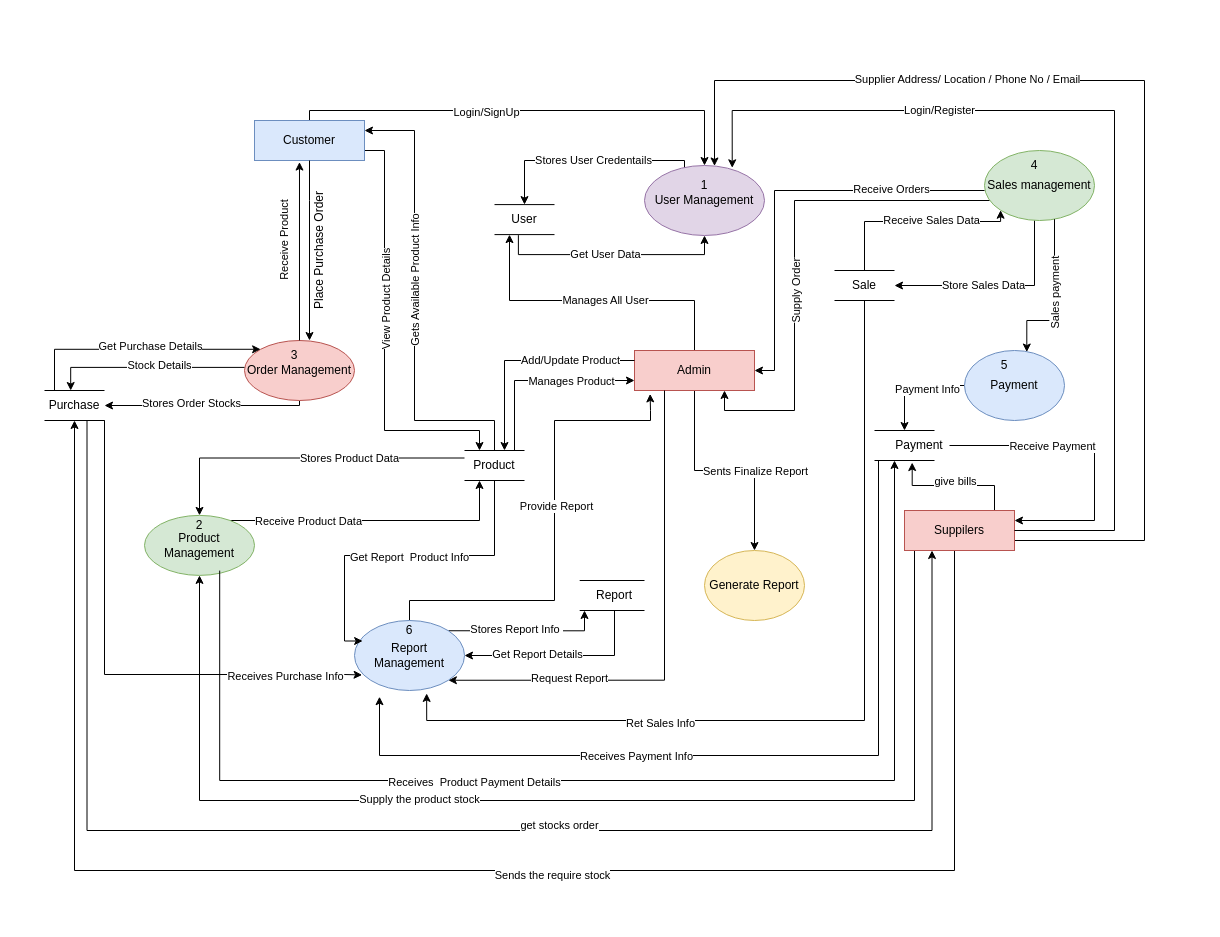
This is hELLO.drawio from pawal-karki/DRAW.IO, a draw.io file, before an edit. Source tidied: cells renumbered, new cells numbered last; positions are measured from the earlier drawing's top-left corner, leaving out a move shared by most shapes. Both pictures are drawn from the tidied source at 100%, with x=0, y=0 at pixel (44, 80).
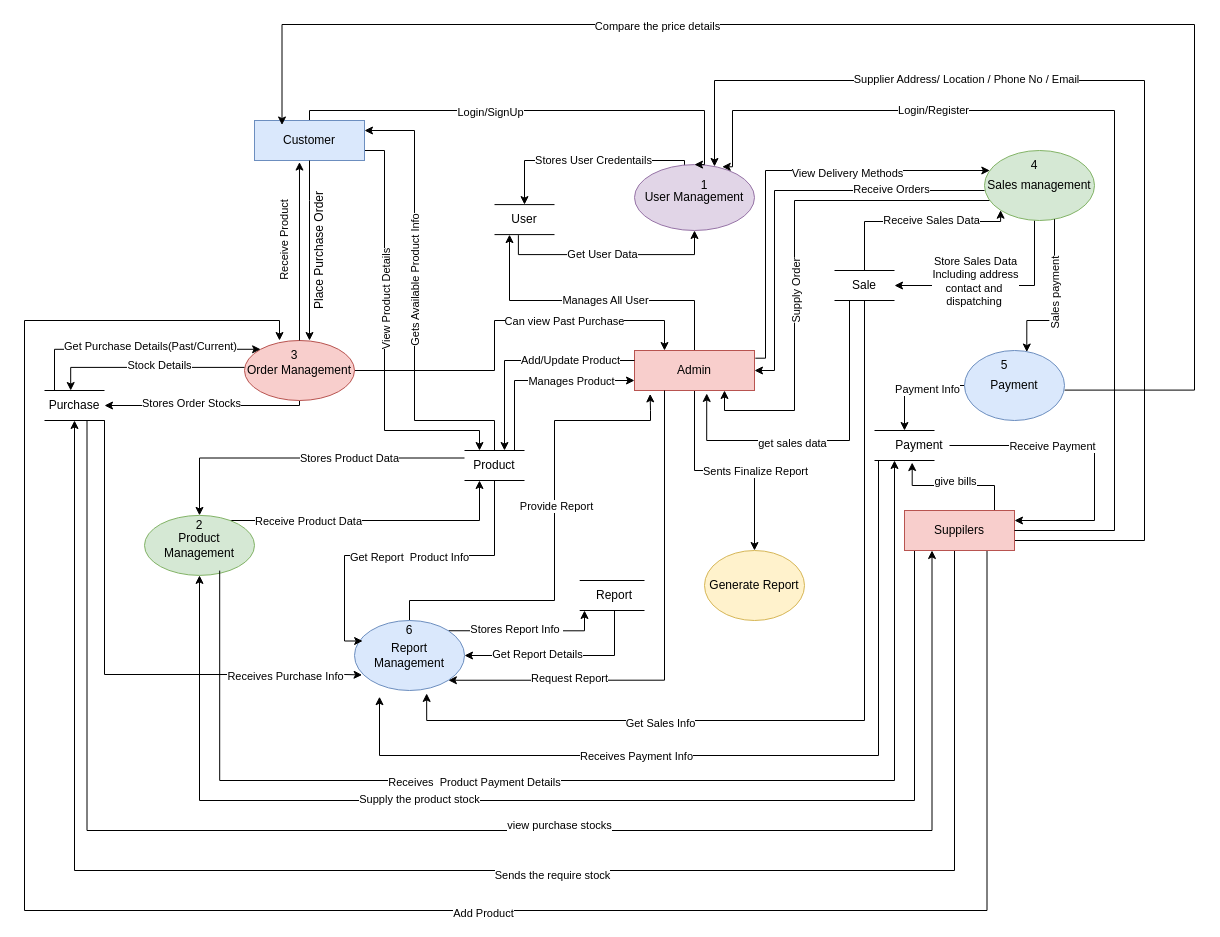
The same page after the edit.

Unchanged cells that the change refers to:
```xml
<mxCell id="9" value="Admin" style="rounded=0;whiteSpace=wrap;html=1;fillColor=#f8cecc;strokeColor=#b85450;" parent="1" vertex="1">
  <mxGeometry x="590" y="270" width="120" height="40" as="geometry" />
</mxCell>
<mxCell id="28" value="Order Management" style="ellipse;whiteSpace=wrap;html=1;fillColor=#f8cecc;strokeColor=#b85450;" parent="1" vertex="1">
  <mxGeometry x="200" y="260" width="110" height="60" as="geometry" />
</mxCell>
<mxCell id="34" style="edgeStyle=orthogonalEdgeStyle;rounded=0;jettySize=auto;html=1;entryX=1;entryY=0.5;entryDx=0;entryDy=0;" parent="1" edge="1" source="36" target="86">
  <mxGeometry relative="1" as="geometry">
    <Array as="points">
      <mxPoint x="990" y="205" />
    </Array>
  </mxGeometry>
</mxCell>
<mxCell id="36" value="Sales management" style="ellipse;whiteSpace=wrap;html=1;fillColor=#d5e8d4;strokeColor=#82b366;" parent="1" vertex="1">
  <mxGeometry x="940" y="70" width="110" height="70" as="geometry" />
</mxCell>
<mxCell id="46" value="Suppilers" style="rounded=0;whiteSpace=wrap;html=1;fillColor=#f8cecc;strokeColor=#b85450;" parent="1" vertex="1">
  <mxGeometry x="860" y="430" width="110" height="40" as="geometry" />
</mxCell>
<mxCell id="53" style="edgeStyle=orthogonalEdgeStyle;rounded=0;jettySize=auto;html=1;entryX=0;entryY=0;entryDx=0;entryDy=0;" parent="1" edge="1" source="57" target="28">
  <mxGeometry relative="1" as="geometry">
    <Array as="points">
      <mxPoint x="10" y="269" />
    </Array>
  </mxGeometry>
</mxCell>
<mxCell id="55" style="edgeStyle=orthogonalEdgeStyle;rounded=0;jettySize=auto;html=1;entryX=0.25;entryY=1;entryDx=0;entryDy=0;" parent="1" edge="1" target="46">
  <mxGeometry relative="1" as="geometry">
    <mxPoint x="42.5" y="340" as="sourcePoint" />
    <Array as="points">
      <mxPoint x="43" y="750" />
      <mxPoint x="888" y="750" />
      <mxPoint x="888" y="470" />
    </Array>
  </mxGeometry>
</mxCell>
<mxCell id="86" value="Sale" style="text;html=1;align=center;verticalAlign=middle;whiteSpace=wrap;rounded=0;" parent="1" vertex="1">
  <mxGeometry x="790" y="190" width="60" height="30" as="geometry" />
</mxCell>
<mxCell id="101" style="edgeStyle=orthogonalEdgeStyle;rounded=0;jettySize=auto;html=1;entryX=0.656;entryY=1.042;entryDx=0;entryDy=0;entryPerimeter=0;" parent="1" edge="1" source="86" target="20">
  <mxGeometry relative="1" as="geometry">
    <Array as="points">
      <mxPoint x="820" y="640" />
      <mxPoint x="382" y="640" />
    </Array>
  </mxGeometry>
</mxCell>
<mxCell id="108" value="3" style="text;html=1;align=center;verticalAlign=middle;whiteSpace=wrap;rounded=0;" parent="1" vertex="1">
  <mxGeometry x="220" y="260" width="60" height="30" as="geometry" />
</mxCell>
```

Change to the diagram source:
```diff
@@
     <mxCell id="4" value="User Management" style="ellipse;whiteSpace=wrap;html=1;fillColor=#e1d5e7;strokeColor=#9673a6;" parent="1" vertex="1">
-      <mxGeometry x="600" y="85" width="120" height="70" as="geometry" />
+      <mxGeometry x="590" y="84.1" width="120" height="65.9" as="geometry" />
     </mxCell>
@@
+    <mxCell id="112" style="edgeStyle=orthogonalEdgeStyle;rounded=0;jettySize=auto;html=1;exitX=1;exitY=0.25;exitDx=0;exitDy=0;" parent="1" edge="1" target="36">
+      <mxGeometry relative="1" as="geometry">
+        <mxPoint x="710.8" y="277.7" as="sourcePoint" />
+        <Array as="points">
+          <mxPoint x="721" y="278" />
+          <mxPoint x="721" y="90" />
+        </Array>
+      </mxGeometry>
+    </mxCell>
+    <mxCell id="113" value="View Delivery Methods" style="edgeLabel;html=1;align=center;verticalAlign=middle;" parent="112" vertex="1">
+      <mxGeometry x="0.32" y="-2" relative="1" as="geometry" />
+    </mxCell>
@@
+    <mxCell id="114" style="edgeStyle=orthogonalEdgeStyle;rounded=0;jettySize=auto;html=1;entryX=0.25;entryY=0;entryDx=0;entryDy=0;" parent="1" edge="1" source="28" target="9">
+      <mxGeometry relative="1" as="geometry" />
+    </mxCell>
+    <mxCell id="115" value="Can view Past Purchase" style="edgeLabel;html=1;align=center;verticalAlign=middle;" parent="114" vertex="1">
+      <mxGeometry x="-0.46" y="-2" relative="1" as="geometry">
+        <mxPoint x="104" y="-52" as="offset" />
+      </mxGeometry>
+    </mxCell>
@@
-    <mxCell id="35" value="Store Sales Data" style="edgeLabel;html=1;align=center;verticalAlign=middle;" parent="34" vertex="1">
-      <mxGeometry x="0.14" y="-1" relative="1" as="geometry" />
+    <mxCell id="35" value="Store Sales Data&lt;div&gt;Including address&lt;/div&gt;&lt;div&gt;contact and&amp;nbsp;&lt;/div&gt;&lt;div&gt;dispatching&amp;nbsp;&lt;/div&gt;" style="edgeLabel;html=1;align=center;verticalAlign=middle;" parent="34" vertex="1">
+      <mxGeometry x="0.14" y="-1" relative="1" as="geometry">
+        <mxPoint x="-8" y="-4" as="offset" />
+      </mxGeometry>
     </mxCell>
@@
+    <mxCell id="116" style="edgeStyle=orthogonalEdgeStyle;rounded=0;orthogonalLoop=1;jettySize=auto;html=1;entryX=0.25;entryY=0;entryDx=0;entryDy=0;" parent="1" edge="1">
+      <mxGeometry relative="1" as="geometry">
+        <mxPoint x="1020" y="309.6" as="sourcePoint" />
+        <mxPoint x="237.5" y="44.5" as="targetPoint" />
+        <Array as="points">
+          <mxPoint x="1150" y="310" />
+          <mxPoint x="1150" y="-56" />
+          <mxPoint x="237" y="-56" />
+        </Array>
+      </mxGeometry>
+    </mxCell>
+    <mxCell id="117" value="Compare the price details" style="edgeLabel;html=1;align=center;verticalAlign=middle;" parent="116" vertex="1">
+      <mxGeometry x="0.37" y="1" relative="1" as="geometry" />
+    </mxCell>
@@
+    <mxCell id="118" style="edgeStyle=orthogonalEdgeStyle;rounded=0;jettySize=auto;html=1;exitX=0.75;exitY=1;exitDx=0;exitDy=0;entryX=0.25;entryY=0;entryDx=0;entryDy=0;" parent="1" edge="1" source="46" target="108">
+      <mxGeometry relative="1" as="geometry">
+        <Array as="points">
+          <mxPoint x="943" y="830" />
+          <mxPoint x="-20" y="830" />
+          <mxPoint x="-20" y="240" />
+          <mxPoint x="235" y="240" />
+        </Array>
+      </mxGeometry>
+    </mxCell>
+    <mxCell id="119" value="Add Product" style="edgeLabel;html=1;align=center;verticalAlign=middle;" parent="118" vertex="1">
+      <mxGeometry x="-0.21" y="2" relative="1" as="geometry" />
+    </mxCell>
@@
-    <mxCell id="54" value="Get Purchase Details" style="edgeLabel;html=1;align=center;verticalAlign=middle;" parent="53" vertex="1">
+    <mxCell id="54" value="Get Purchase Details(Past/Current)" style="edgeLabel;html=1;align=center;verticalAlign=middle;" parent="53" vertex="1">
       <mxGeometry x="0.11" y="3" relative="1" as="geometry" />
     </mxCell>
@@
-    <mxCell id="56" value="get stocks order" style="edgeLabel;html=1;align=center;verticalAlign=middle;" parent="55" vertex="1">
+    <mxCell id="56" value="view purchase stocks" style="edgeLabel;html=1;align=center;verticalAlign=middle;" parent="55" vertex="1">
       <mxGeometry x="0.15" y="6" relative="1" as="geometry">
         <mxPoint x="-1" as="offset" />
       </mxGeometry>
     </mxCell>
@@
-    <mxCell id="102" value="Ret Sales Info" style="edgeLabel;html=1;align=center;verticalAlign=middle;" parent="101" vertex="1">
+    <mxCell id="102" value="Get Sales Info" style="edgeLabel;html=1;align=center;verticalAlign=middle;" parent="101" vertex="1">
       <mxGeometry x="0.41" y="2" relative="1" as="geometry">
         <mxPoint x="-1" as="offset" />
       </mxGeometry>
     </mxCell>
@@
+    <mxCell id="120" style="edgeStyle=orthogonalEdgeStyle;rounded=0;jettySize=auto;html=1;exitX=0.25;exitY=1;exitDx=0;exitDy=0;entryX=0.602;entryY=1.074;entryDx=0;entryDy=0;entryPerimeter=0;" parent="1" edge="1" source="86" target="9">
+      <mxGeometry relative="1" as="geometry">
+        <Array as="points">
+          <mxPoint x="805" y="360" />
+          <mxPoint x="662" y="360" />
+        </Array>
+      </mxGeometry>
+    </mxCell>
+    <mxCell id="121" value="get sales data" style="edgeLabel;html=1;align=center;verticalAlign=middle;" parent="120" vertex="1">
+      <mxGeometry x="0.2" y="2" relative="1" as="geometry" />
+    </mxCell>
```
